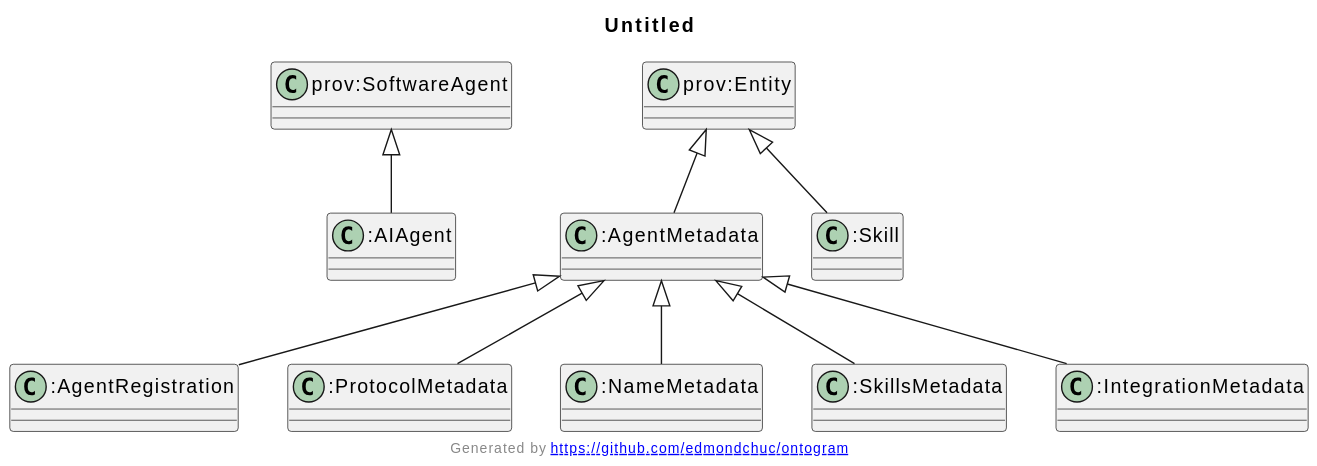
Before: docs/ontology/images/sections/erc8004-registration.svg, a diagram exported from PlantUML (Agentic-Trust-Layer/agent-explorer).
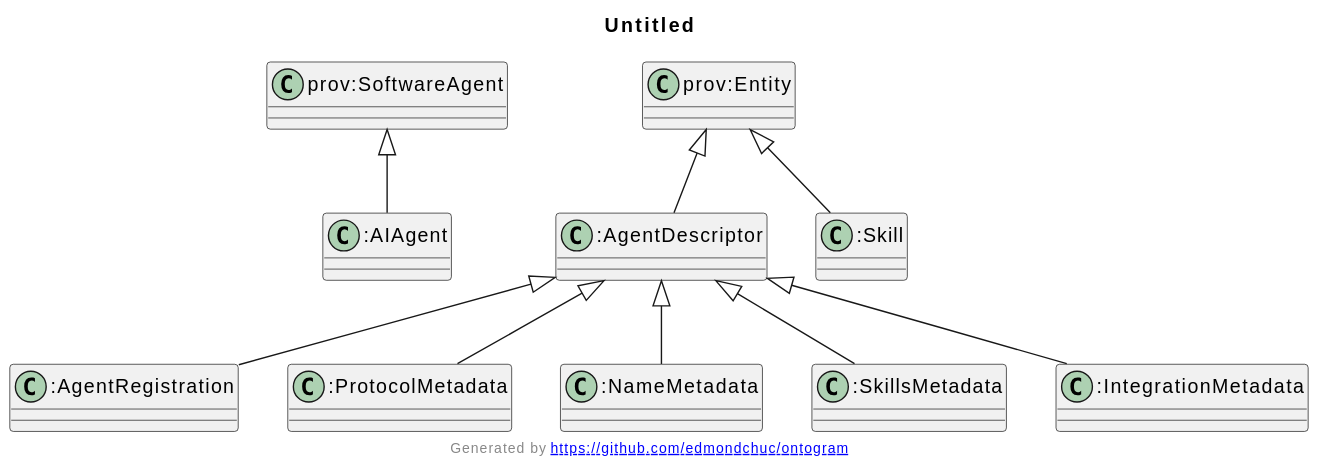
The same file after the commit.

Change to the diagram source:
```diff
@@ -1,20 +1,20 @@
 @startuml
 title Untitled
 "prov:SoftwareAgent" <|-- ":AIAgent"
-"prov:Entity" <|-- ":AgentMetadata"
+"prov:Entity" <|-- ":AgentDescriptor"
 "prov:Entity" <|-- ":Skill"
-":AgentMetadata" <|-- ":AgentRegistration"
-":AgentMetadata" <|-- ":ProtocolMetadata"
-":AgentMetadata" <|-- ":NameMetadata"
-":AgentMetadata" <|-- ":SkillsMetadata"
-":AgentMetadata" <|-- ":IntegrationMetadata"
+":AgentDescriptor" <|-- ":AgentRegistration"
+":AgentDescriptor" <|-- ":ProtocolMetadata"
+":AgentDescriptor" <|-- ":NameMetadata"
+":AgentDescriptor" <|-- ":SkillsMetadata"
+":AgentDescriptor" <|-- ":IntegrationMetadata"
 Class "prov:Entity" [[http://www.w3.org/ns/prov#Entity]] {
 }
 Class "prov:SoftwareAgent" [[http://www.w3.org/ns/prov#SoftwareAgent]] {
 }
 Class ":AIAgent" [[https://www.agentictrust.io/ontology/agentictrust#AIAgent]] {
 }
-Class ":AgentMetadata" [[https://www.agentictrust.io/ontology/agentictrust#AgentMetadata]] {
+Class ":AgentDescriptor" [[https://www.agentictrust.io/ontology/agentictrust#AgentDescriptor]] {
 }
 Class ":Skill" [[https://www.agentictrust.io/ontology/agentictrust#Skill]] {
 }
```
